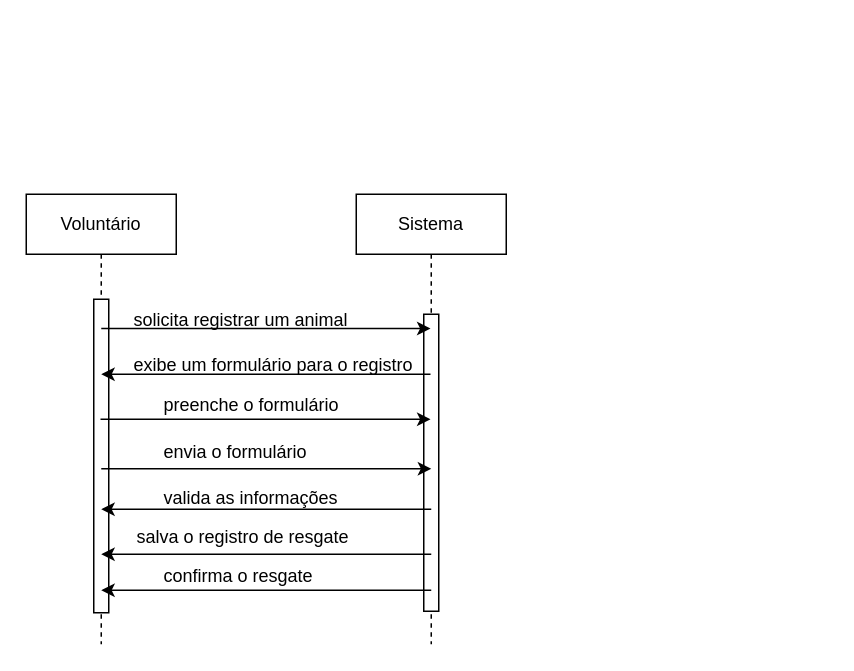
The draw.io diagram Diagrama de Sequência(RF007).drawio in JoaoGans/DRAW.tcc, before the edit. Source tidied: cells renumbered, new cells numbered last; positions are measured from the earlier drawing's top-left corner, leaving out a move shared by most shapes. Both pictures are drawn from the tidied source at 150%, with x=0, y=0 at pixel (26, 194).
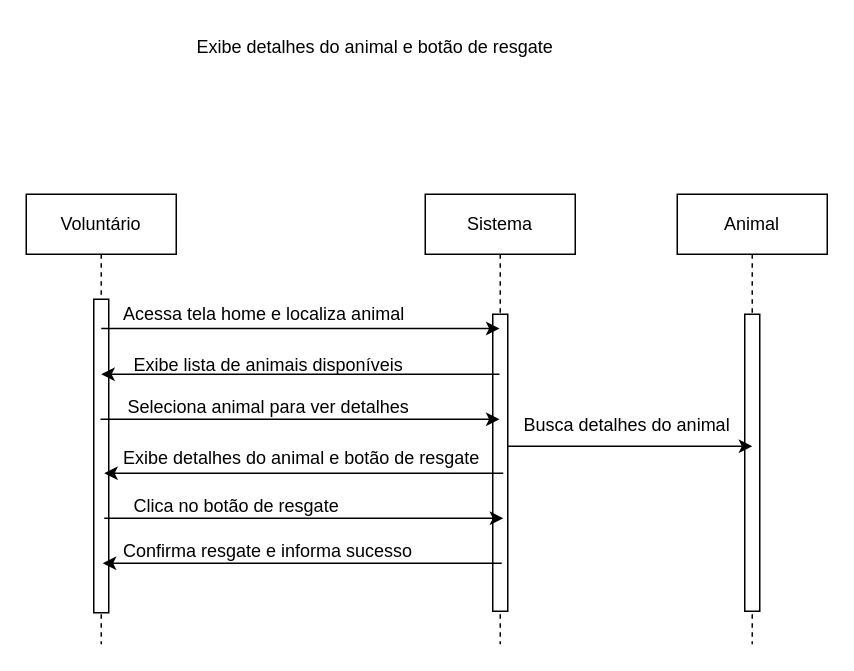
Above is the later version.

Diff of the diagram source:
```diff
@@
     <mxCell id="4" value="Sistema" style="shape=umlLifeline;perimeter=lifelinePerimeter;whiteSpace=wrap;html=1;outlineConnect=0;portConstraint=eastwest;newEdgeStyle={&quot;edgeStyle&quot;:&quot;elbowEdgeStyle&quot;,&quot;elbow&quot;:&quot;vertical&quot;,&quot;curved&quot;:0,&quot;rounded&quot;:0};" parent="1" vertex="1">
-      <mxGeometry x="220" width="100" height="300" as="geometry" />
+      <mxGeometry x="266" width="100" height="300" as="geometry" />
     </mxCell>
@@
-    <mxCell id="7" value="solicita registrar um animal" style="text;whiteSpace=wrap;html=1;" parent="1" vertex="1">
-      <mxGeometry x="70" y="70" width="183" height="40" as="geometry" />
+    <mxCell id="7" value="Acessa tela home e localiza animal" style="text;whiteSpace=wrap;html=1;" parent="1" vertex="1">
+      <mxGeometry x="63" y="66" width="203" height="40" as="geometry" />
     </mxCell>
@@
-    <mxCell id="9" value="exibe um formulário para o registro" style="text;whiteSpace=wrap;html=1;" parent="1" vertex="1">
+    <mxCell id="9" value="Exibe lista de animais disponíveis" style="text;whiteSpace=wrap;html=1;" parent="1" vertex="1">
       <mxGeometry x="70" y="100" width="222" height="40" as="geometry" />
     </mxCell>
@@
-    <mxCell id="11" value=" preenche o formulário" style="text;whiteSpace=wrap;html=1;" parent="1" vertex="1">
-      <mxGeometry x="89.5" y="127" width="200" height="40" as="geometry" />
+    <mxCell id="11" value=" Seleciona animal para ver detalhes" style="text;whiteSpace=wrap;html=1;" parent="1" vertex="1">
+      <mxGeometry x="66" y="128" width="200" height="40" as="geometry" />
     </mxCell>
-    <mxCell id="12" style="endArrow=classic;html=1;rounded=0;" parent="1" edge="1">
-      <mxGeometry relative="1" as="geometry">
-        <mxPoint x="50" y="183" as="sourcePoint" />
-        <mxPoint x="270" y="183" as="targetPoint" />
-      </mxGeometry>
-    </mxCell>
-    <mxCell id="13" style="endArrow=classic;html=1;rounded=0;" parent="1" edge="1">
-      <mxGeometry relative="1" as="geometry">
-        <mxPoint x="270" y="210" as="sourcePoint" />
-        <mxPoint x="50" y="210" as="targetPoint" />
-      </mxGeometry>
-    </mxCell>
-    <mxCell id="14" style="endArrow=classic;html=1;rounded=0;" parent="1" edge="1">
-      <mxGeometry relative="1" as="geometry">
-        <mxPoint x="270" y="240" as="sourcePoint" />
-        <mxPoint x="50" y="240" as="targetPoint" />
-      </mxGeometry>
-    </mxCell>
-    <mxCell id="15" value="envia o formulário" style="text;whiteSpace=wrap;html=1;" parent="1" vertex="1">
-      <mxGeometry x="89.5" y="158" width="123" height="36" as="geometry" />
-    </mxCell>
-    <mxCell id="16" value="valida as informações" style="text;whiteSpace=wrap;html=1;" parent="1" vertex="1">
-      <mxGeometry x="89.5" y="189" width="144" height="36" as="geometry" />
-    </mxCell>
-    <mxCell id="17" value="salva o registro de resgate" style="text;whiteSpace=wrap;html=1;" parent="1" vertex="1">
-      <mxGeometry x="72" y="215" width="169" height="36" as="geometry" />
-    </mxCell>
-    <mxCell id="18" value="confirma o resgate" style="text;whiteSpace=wrap;html=1;" parent="1" vertex="1">
-      <mxGeometry x="89.5" y="241" width="127" height="36" as="geometry" />
-    </mxCell>
-    <mxCell id="19" style="endArrow=classic;html=1;rounded=0;" parent="1" edge="1">
-      <mxGeometry relative="1" as="geometry">
-        <mxPoint x="270" y="264" as="sourcePoint" />
-        <mxPoint x="50" y="264" as="targetPoint" />
-      </mxGeometry>
-    </mxCell>
+    <mxCell id="20" value="Busca detalhes do animal" style="text;whiteSpace=wrap;html=1;" parent="1" vertex="1">
+      <mxGeometry x="330" y="140" width="165" height="36" as="geometry" />
+    </mxCell>
+    <mxCell id="21" value="Animal" style="shape=umlLifeline;perimeter=lifelinePerimeter;whiteSpace=wrap;html=1;newEdgeStyle={&quot;edgeStyle&quot;:&quot;elbowEdgeStyle&quot;,&quot;elbow&quot;:&quot;vertical&quot;,&quot;curved&quot;:0,&quot;rounded&quot;:0};" parent="1" vertex="1">
+      <mxGeometry x="434" width="100" height="300" as="geometry" />
+    </mxCell>
+    <mxCell id="22" style="html=1;perimeter=orthogonalPerimeter;targetShapes=umlLifeline;newEdgeStyle={&quot;edgeStyle&quot;:&quot;elbowEdgeStyle&quot;,&quot;elbow&quot;:&quot;vertical&quot;,&quot;curved&quot;:0,&quot;rounded&quot;:0};" parent="21" vertex="1">
+      <mxGeometry x="45" y="80" width="10" height="198" as="geometry" />
+    </mxCell>
+    <mxCell id="23" style="endArrow=classic;html=1;rounded=0;" parent="1" edge="1">
+      <mxGeometry relative="1" as="geometry">
+        <mxPoint x="321" y="168" as="sourcePoint" />
+        <mxPoint x="484" y="168" as="targetPoint" />
+      </mxGeometry>
+    </mxCell>
+    <mxCell id="24" value="Exibe detalhes do animal e botão de resgate" style="text;whiteSpace=wrap;html=1;" parent="1" vertex="1">
+      <mxGeometry x="112" y="-112" width="266" height="36" as="geometry" />
+    </mxCell>
+    <mxCell id="25" value="Exibe detalhes do animal e botão de resgate" style="text;whiteSpace=wrap;html=1;" parent="1" vertex="1">
+      <mxGeometry x="63" y="162" width="266" height="36" as="geometry" />
+    </mxCell>
+    <mxCell id="26" style="endArrow=classic;html=1;rounded=0;" parent="1" edge="1">
+      <mxGeometry relative="1" as="geometry">
+        <mxPoint x="318" y="186" as="sourcePoint" />
+        <mxPoint x="52" y="186" as="targetPoint" />
+      </mxGeometry>
+    </mxCell>
+    <mxCell id="27" value="Clica no botão de resgate" style="text;whiteSpace=wrap;html=1;" parent="1" vertex="1">
+      <mxGeometry x="70" y="194" width="165" height="36" as="geometry" />
+    </mxCell>
+    <mxCell id="28" style="endArrow=classic;html=1;rounded=0;" parent="1" edge="1">
+      <mxGeometry relative="1" as="geometry">
+        <mxPoint x="52" y="216" as="sourcePoint" />
+        <mxPoint x="318" y="216" as="targetPoint" />
+      </mxGeometry>
+    </mxCell>
+    <mxCell id="29" value="Confirma resgate e informa sucesso" style="text;whiteSpace=wrap;html=1;" parent="1" vertex="1">
+      <mxGeometry x="63" y="224" width="221" height="36" as="geometry" />
+    </mxCell>
+    <mxCell id="30" style="endArrow=classic;html=1;rounded=0;" parent="1" edge="1">
+      <mxGeometry relative="1" as="geometry">
+        <mxPoint x="317" y="246" as="sourcePoint" />
+        <mxPoint x="51" y="246" as="targetPoint" />
+      </mxGeometry>
+    </mxCell>
```
